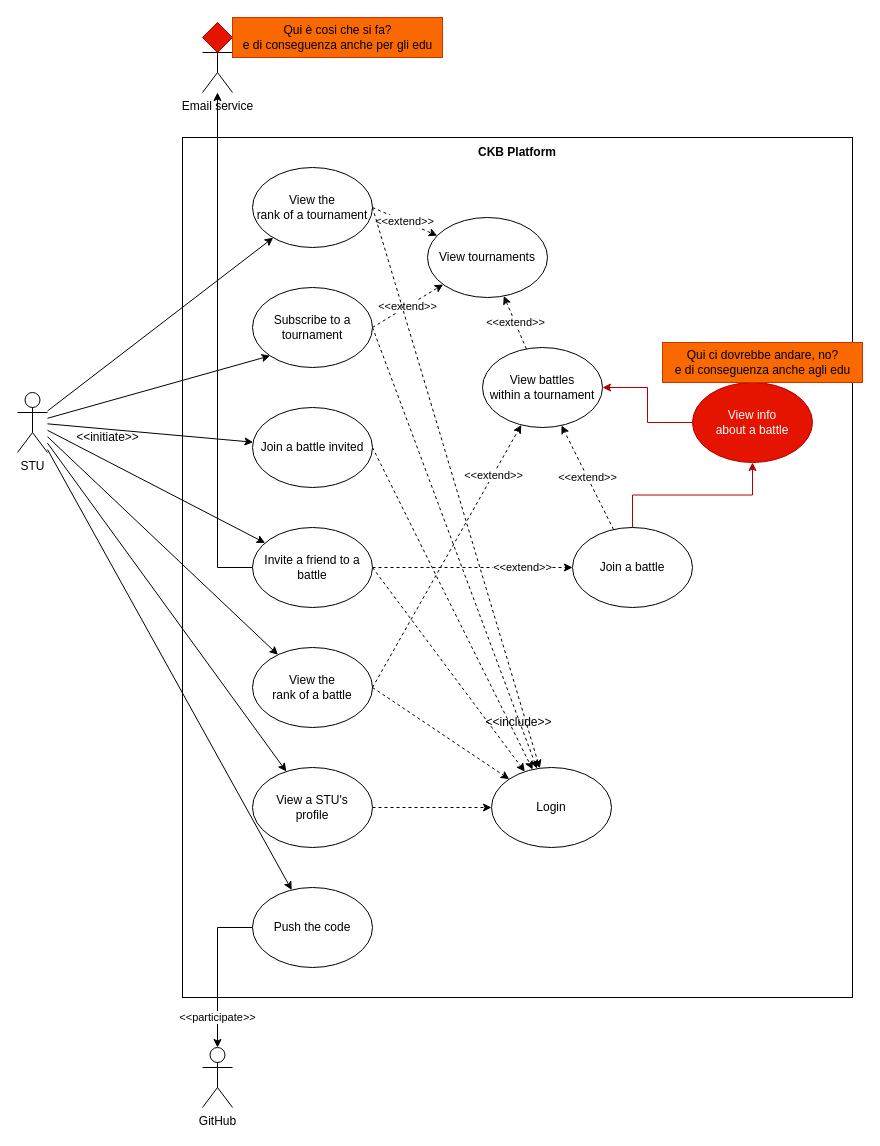
The draw.io diagram page "STU" (3 of 3) of RASD/images/sequence_diagrams/use_case_diagrams.drawio in pontig/sw-eng-2-PasiniPontiggiaStasi, before the edit. Source tidied: cells renumbered, new cells numbered last; positions are measured from the earlier drawing's top-left corner, leaving out a move shared by most shapes. Both pictures are drawn from the tidied source at 100%, with x=0, y=0 at pixel (17, 17).
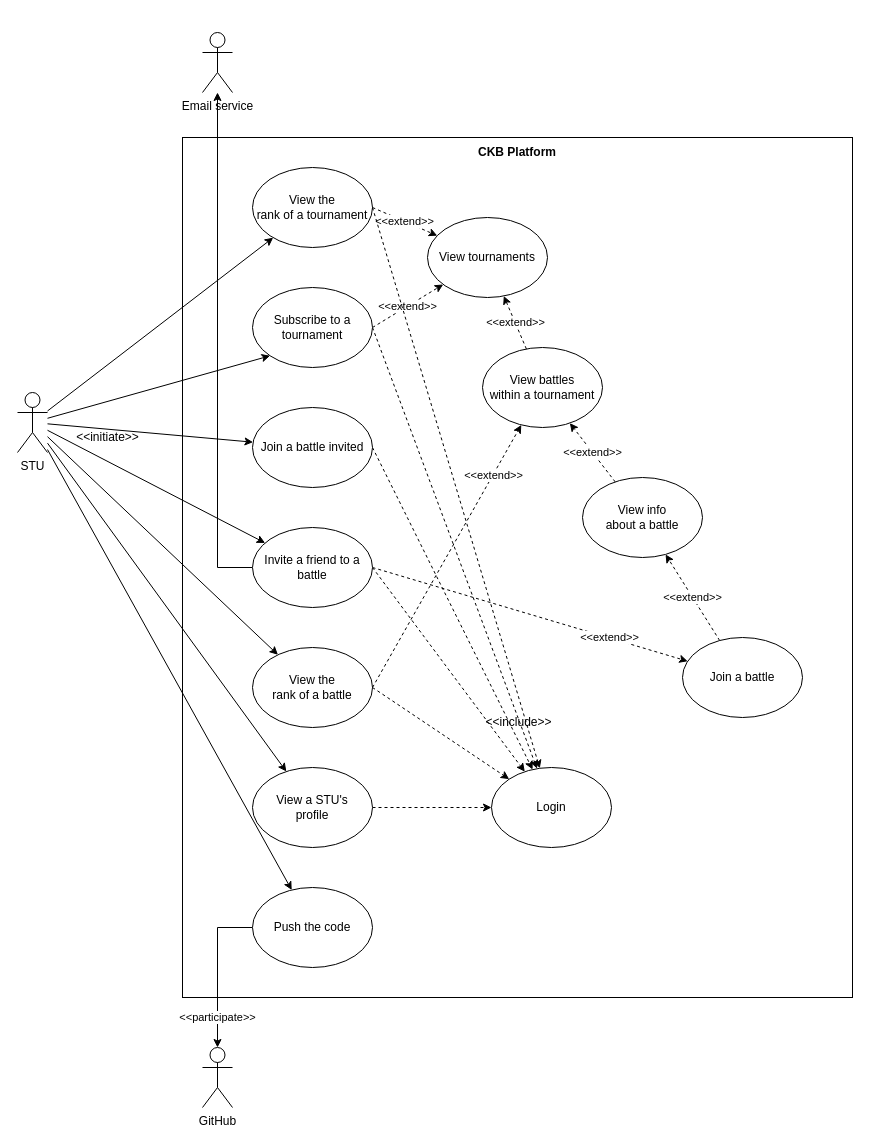
After the change.

The change refers to these unchanged cells:
```xml
<mxCell id="17" value="View battles&lt;br&gt;within a tournament" style="ellipse;whiteSpace=wrap;html=1;" parent="1" vertex="1">
  <mxGeometry x="465" y="330" width="120" height="80" as="geometry" />
</mxCell>
```

What changed in the source:
```diff
@@
-    <mxCell id="30" value="&amp;lt;&amp;lt;extend&amp;gt;&amp;gt;" style="edgeStyle=none;rounded=0;jettySize=auto;html=1;dashed=1;" parent="1" edge="1" source="32" target="17">
+    <mxCell id="30" value="&amp;lt;&amp;lt;extend&amp;gt;&amp;gt;" style="edgeStyle=none;rounded=0;jettySize=auto;html=1;dashed=1;" parent="1" edge="1" source="35" target="17">
       <mxGeometry relative="1" as="geometry" />
     </mxCell>
-    <mxCell id="31" style="edgeStyle=orthogonalEdgeStyle;rounded=0;jettySize=auto;html=1;fillColor=#e51400;strokeColor=#B20000;" parent="1" edge="1" source="32" target="35">
-      <mxGeometry relative="1" as="geometry" />
-    </mxCell>
     <mxCell id="32" value="Join a battle" style="ellipse;whiteSpace=wrap;html=1;" parent="1" vertex="1">
-      <mxGeometry x="555" y="510" width="120" height="80" as="geometry" />
+      <mxGeometry x="665" y="620" width="120" height="80" as="geometry" />
     </mxCell>
@@
-    <mxCell id="34" style="edgeStyle=orthogonalEdgeStyle;rounded=0;jettySize=auto;html=1;fillColor=#e51400;strokeColor=#B20000;" parent="1" edge="1" source="35" target="17">
-      <mxGeometry relative="1" as="geometry" />
-    </mxCell>
-    <mxCell id="35" value="View info&lt;br&gt;about a battle" style="ellipse;whiteSpace=wrap;html=1;fillColor=#e51400;fontColor=#ffffff;strokeColor=#B20000;" parent="1" vertex="1">
-      <mxGeometry x="675" y="365" width="120" height="80" as="geometry" />
-    </mxCell>
-    <mxCell id="36" value="Qui ci dovrebbe andare, no?&lt;br&gt;e di conseguenza anche agli edu" style="text;html=1;align=center;verticalAlign=middle;strokeColor=#C73500;fillColor=#fa6800;fontColor=#000000;" parent="1" vertex="1">
-      <mxGeometry x="645" y="325" width="200" height="40" as="geometry" />
-    </mxCell>
-    <mxCell id="37" style="rhombus;whiteSpace=wrap;html=1;fillColor=#e51400;fontColor=#ffffff;strokeColor=#B20000;" parent="1" vertex="1">
-      <mxGeometry x="185" y="5" width="30" height="30" as="geometry" />
-    </mxCell>
-    <mxCell id="38" value="Qui è cosi che si fa?&lt;br&gt;e di conseguenza anche per gli edu" style="text;html=1;align=center;verticalAlign=middle;strokeColor=#C73500;fillColor=#fa6800;fontColor=#000000;" parent="1" vertex="1">
-      <mxGeometry x="215" width="210" height="40" as="geometry" />
-    </mxCell>
@@
+    <mxCell id="31" value="&amp;lt;&amp;lt;extend&amp;gt;&amp;gt;" style="edgeStyle=none;rounded=0;jettySize=auto;html=1;dashed=1;" parent="1" edge="1" source="32" target="35">
+      <mxGeometry relative="1" as="geometry" />
+    </mxCell>
+    <mxCell id="35" value="View info&lt;br&gt;about a battle" style="ellipse;whiteSpace=wrap;html=1;" parent="1" vertex="1">
+      <mxGeometry x="565" y="460" width="120" height="80" as="geometry" />
+    </mxCell>
```
